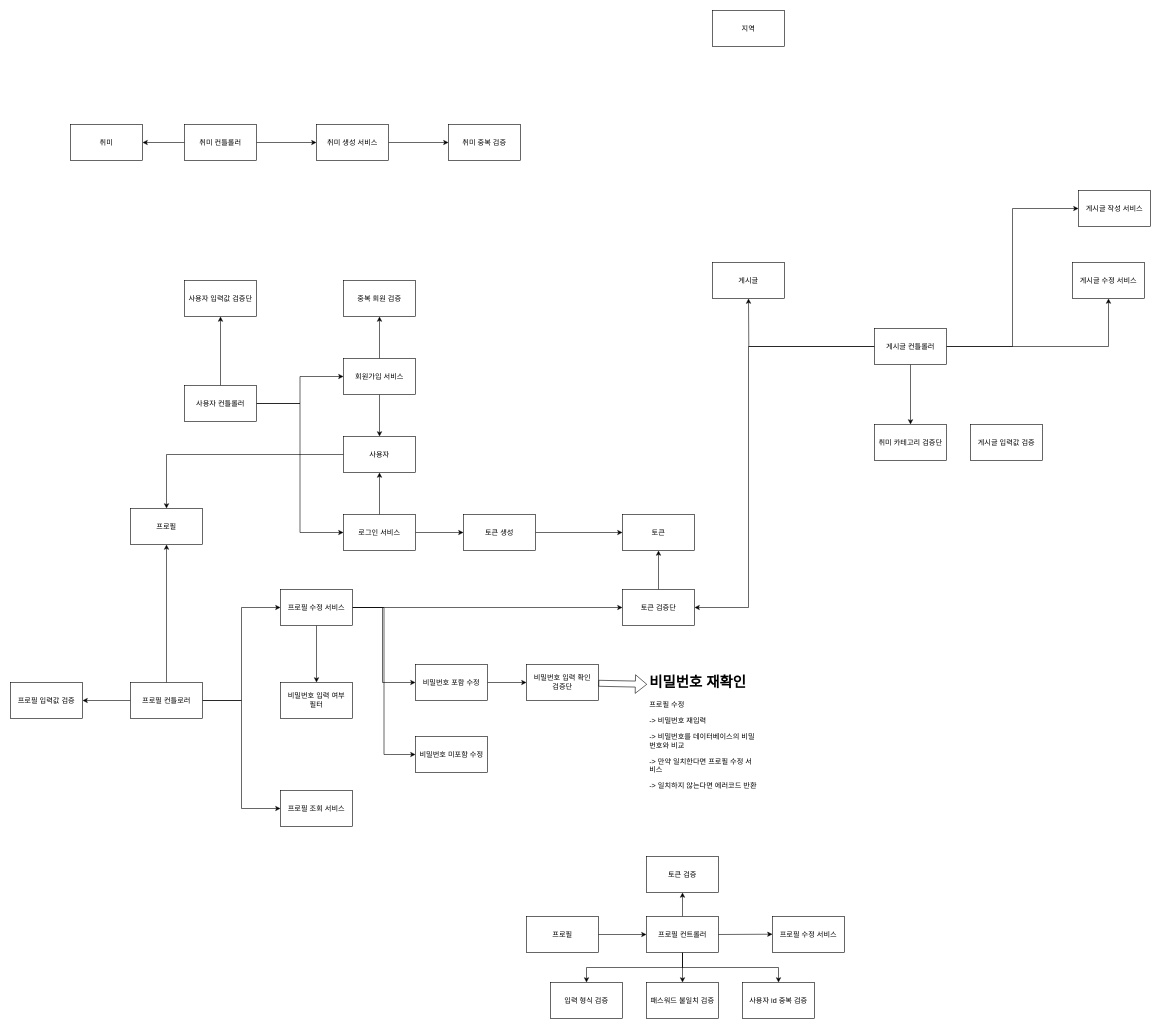
This is hobby-bungaue.drawio from vanillacake369/hobby-bungae, a draw.io file, before an edit. Source tidied: cells renumbered, new cells numbered last; positions are measured from the earlier drawing's top-left corner, leaving out a move shared by most shapes. Both pictures are drawn from the tidied source at 60%, with x=0, y=0 at pixel (10, 10).
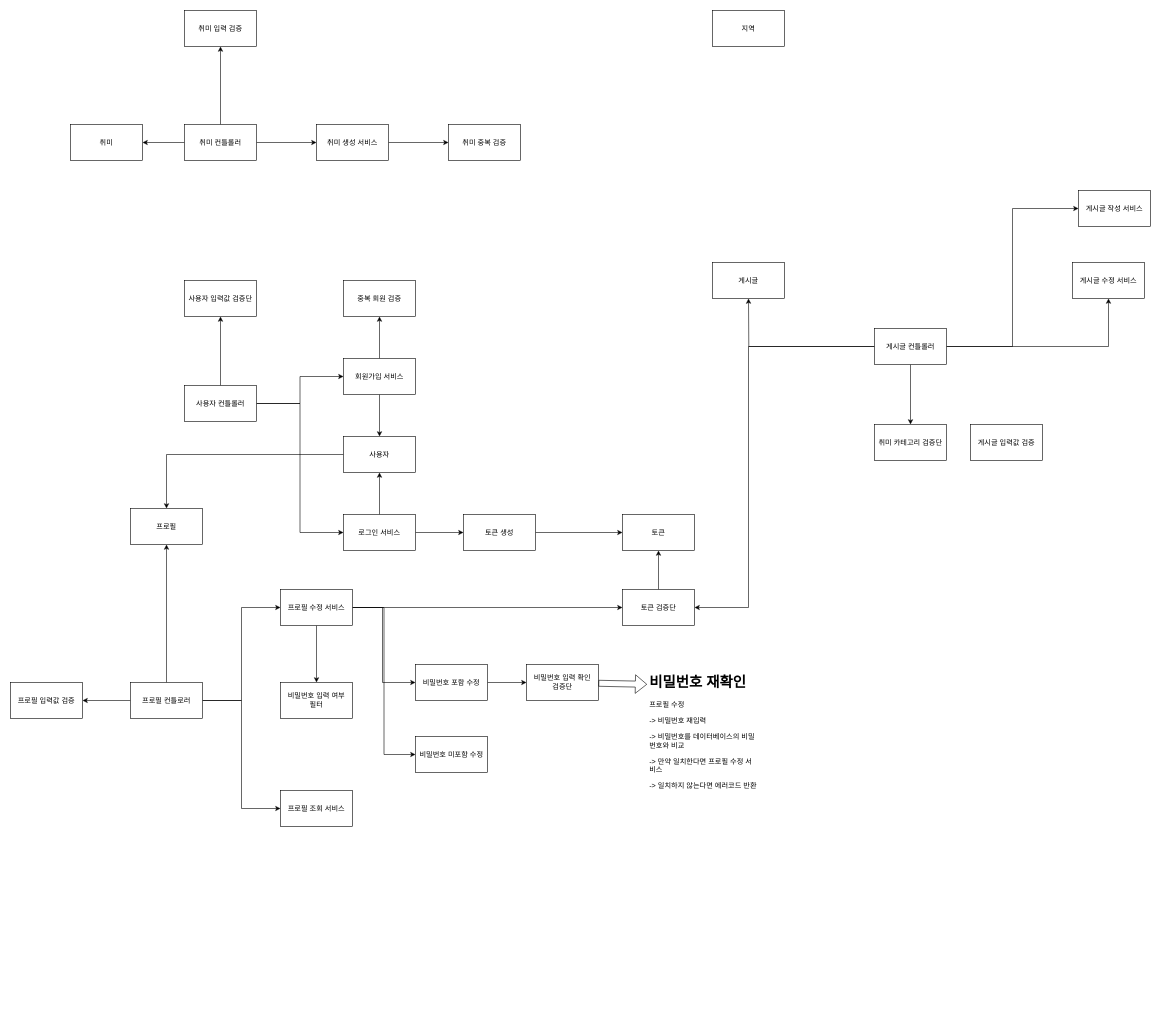
The same diagram, later.

Unchanged cells that the change refers to:
```xml
<mxCell id="23" value="취미 컨틀롤러" style="rounded=0;whiteSpace=wrap;html=1;" parent="1" vertex="1">
  <mxGeometry x="290" y="190" width="120" height="60" as="geometry" />
</mxCell>
```

Diff of the diagram source:
```diff
@@
+    <mxCell id="73" style="edgeStyle=orthogonalEdgeStyle;rounded=0;jettySize=auto;html=1;" parent="1" edge="1" source="23" target="74">
+      <mxGeometry relative="1" as="geometry" />
+    </mxCell>
@@
-    <mxCell id="38" value="프로필" style="rounded=0;whiteSpace=wrap;html=1;" parent="1" vertex="1">
-      <mxGeometry x="860" y="1510" width="120" height="60" as="geometry" />
-    </mxCell>
@@
-    <mxCell id="40" style="edgeStyle=orthogonalEdgeStyle;rounded=0;jettySize=auto;html=1;exitX=0.5;exitY=1;exitDx=0;exitDy=0;entryX=0.5;entryY=0;entryDx=0;entryDy=0;" parent="1" edge="1" source="48" target="58">
-      <mxGeometry relative="1" as="geometry" />
-    </mxCell>
@@
-    <mxCell id="42" style="edgeStyle=orthogonalEdgeStyle;rounded=0;jettySize=auto;html=1;exitX=0.5;exitY=1;exitDx=0;exitDy=0;entryX=0.5;entryY=0;entryDx=0;entryDy=0;" parent="1" edge="1" source="48" target="60">
-      <mxGeometry relative="1" as="geometry" />
-    </mxCell>
@@
-    <mxCell id="44" style="edgeStyle=orthogonalEdgeStyle;rounded=0;jettySize=auto;html=1;exitX=0.5;exitY=1;exitDx=0;exitDy=0;entryX=0.5;entryY=0;entryDx=0;entryDy=0;" parent="1" edge="1" source="48" target="56">
-      <mxGeometry relative="1" as="geometry" />
-    </mxCell>
@@
-    <mxCell id="46" style="edgeStyle=orthogonalEdgeStyle;rounded=0;jettySize=auto;html=1;exitX=0.5;exitY=0;exitDx=0;exitDy=0;entryX=0.5;entryY=1;entryDx=0;entryDy=0;" parent="1" edge="1" source="48" target="62">
-      <mxGeometry relative="1" as="geometry" />
-    </mxCell>
@@
-    <mxCell id="48" value="프로필 컨트롤러" style="rounded=0;whiteSpace=wrap;html=1;" parent="1" vertex="1">
-      <mxGeometry x="1060" y="1510" width="120" height="60" as="geometry" />
-    </mxCell>
@@
-    <mxCell id="50" value="프로필 수정 서비스" style="rounded=0;whiteSpace=wrap;html=1;" parent="1" vertex="1">
-      <mxGeometry x="1270" y="1510" width="120" height="60" as="geometry" />
-    </mxCell>
@@
-    <mxCell id="52" style="endArrow=classic;html=1;rounded=0;exitX=1;exitY=0.5;exitDx=0;exitDy=0;entryX=0;entryY=0.5;entryDx=0;entryDy=0;" parent="1" edge="1" target="48">
-      <mxGeometry relative="1" as="geometry">
-        <mxPoint x="980" y="1540" as="sourcePoint" />
-      </mxGeometry>
-    </mxCell>
@@
-    <mxCell id="54" style="endArrow=classic;html=1;rounded=0;exitX=1;exitY=0.5;exitDx=0;exitDy=0;entryX=0;entryY=0.5;entryDx=0;entryDy=0;" parent="1" edge="1" source="48">
-      <mxGeometry relative="1" as="geometry">
-        <mxPoint x="1270" y="1539.5" as="targetPoint" />
-      </mxGeometry>
-    </mxCell>
@@
-    <mxCell id="56" value="입력 형식 검증" style="rounded=0;whiteSpace=wrap;html=1;" parent="1" vertex="1">
-      <mxGeometry x="900" y="1620" width="120" height="60" as="geometry" />
-    </mxCell>
@@
-    <mxCell id="58" value="패스워드 불일치 검증" style="rounded=0;whiteSpace=wrap;html=1;" parent="1" vertex="1">
-      <mxGeometry x="1060" y="1620" width="120" height="60" as="geometry" />
-    </mxCell>
@@
-    <mxCell id="60" value="사용자 id 중복 검증" style="rounded=0;whiteSpace=wrap;html=1;" parent="1" vertex="1">
-      <mxGeometry x="1220" y="1620" width="120" height="60" as="geometry" />
-    </mxCell>
@@
-    <mxCell id="62" value="토큰 검증" style="rounded=0;whiteSpace=wrap;html=1;" parent="1" vertex="1">
-      <mxGeometry x="1060" y="1410" width="120" height="60" as="geometry" />
-    </mxCell>
@@
+    <mxCell id="74" value="취미 입력 검증" style="rounded=0;whiteSpace=wrap;html=1;" parent="1" vertex="1">
+      <mxGeometry x="290" width="120" height="60" as="geometry" />
+    </mxCell>
```
